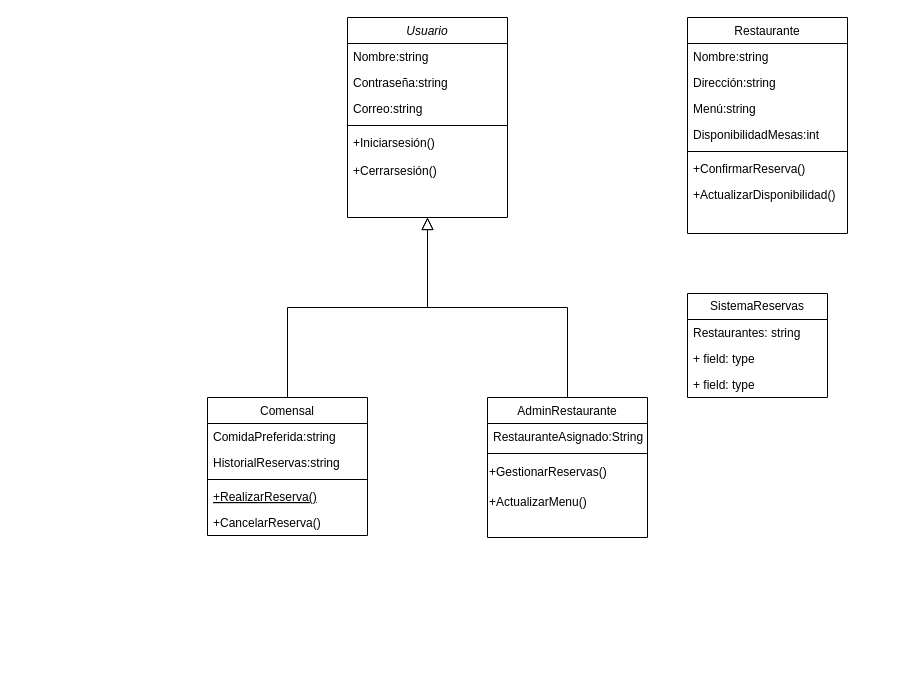
Earlier version of the draw.io diagram Diagrama sin título.drawio (Alexis-2301/Prueba). Source tidied: cells renumbered, new cells numbered last; positions are measured from the earlier drawing's top-left corner, leaving out a move shared by most shapes. Both pictures are drawn from the tidied source at 100%, with x=0, y=0 at pixel (207, 17).
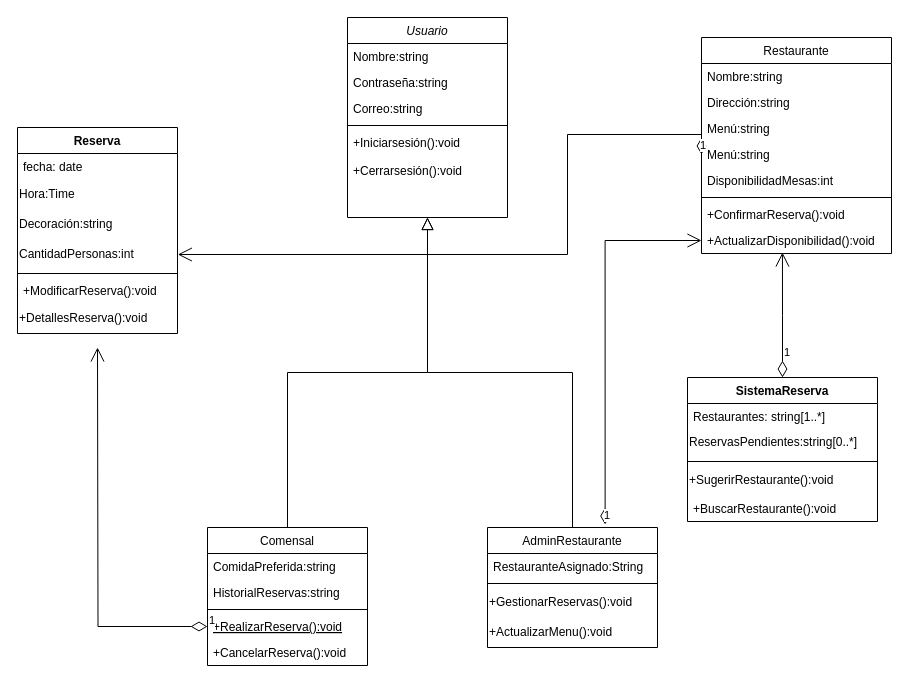
Above is the later version.

The change refers to these unchanged cells:
```xml
<mxCell id="2" value="Usuario" style="swimlane;fontStyle=2;align=center;verticalAlign=top;horizontal=1;startSize=26;rounded=0;shadow=0;strokeWidth=1;" parent="1" vertex="1">
  <mxGeometry x="140" width="160" height="200" as="geometry" />
</mxCell>
```

The edit, as a diff of the source:
```diff
@@
-    <mxCell id="7" value="+Iniciarsesión()&#10;" style="text;align=left;verticalAlign=top;spacingLeft=4;spacingRight=4;overflow=hidden;" parent="2" vertex="1">
+    <mxCell id="7" value="+Iniciarsesión():void" style="text;align=left;verticalAlign=top;spacingLeft=4;spacingRight=4;overflow=hidden;" parent="2" vertex="1">
       <mxGeometry y="112" width="160" height="28" as="geometry" />
     </mxCell>
-    <mxCell id="8" value="+Cerrarsesión()&#10;" style="text;align=left;verticalAlign=top;spacingLeft=4;spacingRight=4;overflow=hidden;" parent="2" vertex="1">
+    <mxCell id="8" value="+Cerrarsesión():void" style="text;align=left;verticalAlign=top;spacingLeft=4;spacingRight=4;overflow=hidden;" parent="2" vertex="1">
       <mxGeometry y="140" width="160" height="28" as="geometry" />
     </mxCell>
     <mxCell id="9" value="Comensal" style="swimlane;fontStyle=0;align=center;verticalAlign=top;horizontal=1;startSize=26;rounded=0;shadow=0;strokeWidth=1;" parent="1" vertex="1">
-      <mxGeometry y="380" width="160" height="138" as="geometry" />
+      <mxGeometry y="510" width="160" height="138" as="geometry" />
     </mxCell>
@@
-    <mxCell id="13" value="+RealizarReserva()" style="text;align=left;verticalAlign=top;spacingLeft=4;spacingRight=4;overflow=hidden;points=[[0,0.5],[1,0.5]];portConstraint=eastwest;fontStyle=4;" parent="9" vertex="1">
+    <mxCell id="13" value="+RealizarReserva():void" style="text;align=left;verticalAlign=top;spacingLeft=4;spacingRight=4;overflow=hidden;points=[[0,0.5],[1,0.5]];portConstraint=eastwest;fontStyle=4;" parent="9" vertex="1">
       <mxGeometry y="86" width="160" height="26" as="geometry" />
     </mxCell>
-    <mxCell id="14" value="+CancelarReserva()" style="text;align=left;verticalAlign=top;spacingLeft=4;spacingRight=4;overflow=hidden;" parent="9" vertex="1">
+    <mxCell id="14" value="+CancelarReserva():void" style="text;align=left;verticalAlign=top;spacingLeft=4;spacingRight=4;overflow=hidden;" parent="9" vertex="1">
       <mxGeometry y="112" width="160" height="26" as="geometry" />
     </mxCell>
@@
     <mxCell id="16" value="AdminRestaurante" style="swimlane;fontStyle=0;align=center;verticalAlign=top;horizontal=1;startSize=26;rounded=0;shadow=0;strokeWidth=1;" parent="1" vertex="1">
-      <mxGeometry x="280" y="380" width="160" height="140" as="geometry" />
+      <mxGeometry x="280" y="510" width="170" height="120" as="geometry" />
     </mxCell>
     <mxCell id="17" value="RestauranteAsignado:String" style="text;align=left;verticalAlign=top;spacingLeft=4;spacingRight=4;overflow=hidden;" parent="16" vertex="1">
-      <mxGeometry y="26" width="160" height="26" as="geometry" />
+      <mxGeometry y="26" width="170" height="26" as="geometry" />
     </mxCell>
     <mxCell id="18" style="line;html=1;strokeWidth=1;align=left;verticalAlign=middle;spacingTop=-1;spacingLeft=3;spacingRight=3;labelPosition=right;" parent="16" vertex="1">
-      <mxGeometry y="52" width="160" height="8" as="geometry" />
+      <mxGeometry y="52" width="170" height="8" as="geometry" />
     </mxCell>
-    <mxCell id="19" value="&lt;div&gt;+GestionarReservas()&lt;/div&gt;" style="text;html=1;align=left;verticalAlign=middle;strokeColor=none;fillColor=none;" parent="16" vertex="1">
-      <mxGeometry y="60" width="160" height="30" as="geometry" />
+    <mxCell id="19" value="&lt;div&gt;+GestionarReservas():void&lt;/div&gt;" style="text;html=1;align=left;verticalAlign=middle;strokeColor=none;fillColor=none;" parent="16" vertex="1">
+      <mxGeometry y="60" width="170" height="30" as="geometry" />
     </mxCell>
-    <mxCell id="20" value="&lt;div&gt;+ActualizarMenu()&lt;/div&gt;" style="text;html=1;align=left;verticalAlign=middle;strokeColor=none;fillColor=none;" parent="16" vertex="1">
-      <mxGeometry y="90" width="160" height="30" as="geometry" />
+    <mxCell id="20" value="&lt;div&gt;+ActualizarMenu():void&lt;/div&gt;" style="text;html=1;align=left;verticalAlign=middle;strokeColor=none;fillColor=none;" parent="16" vertex="1">
+      <mxGeometry y="90" width="170" height="30" as="geometry" />
     </mxCell>
@@
     <mxCell id="22" value="Restaurante" style="swimlane;fontStyle=0;align=center;verticalAlign=top;horizontal=1;startSize=26;rounded=0;shadow=0;strokeWidth=1;" parent="1" vertex="1">
-      <mxGeometry x="480" width="160" height="216" as="geometry" />
+      <mxGeometry x="494" y="20" width="190" height="216" as="geometry" />
     </mxCell>
     <mxCell id="23" value="Nombre:string" style="text;align=left;verticalAlign=top;spacingLeft=4;spacingRight=4;overflow=hidden;" parent="22" vertex="1">
-      <mxGeometry y="26" width="160" height="26" as="geometry" />
+      <mxGeometry y="26" width="190" height="26" as="geometry" />
     </mxCell>
     <mxCell id="24" value="Dirección:string" style="text;align=left;verticalAlign=top;spacingLeft=4;spacingRight=4;overflow=hidden;rounded=0;shadow=0;html=0;" parent="22" vertex="1">
-      <mxGeometry y="52" width="160" height="26" as="geometry" />
+      <mxGeometry y="52" width="190" height="26" as="geometry" />
     </mxCell>
+    <mxCell id="34" value="Menú:string" style="text;align=left;verticalAlign=top;spacingLeft=4;spacingRight=4;overflow=hidden;rounded=0;shadow=0;html=0;" parent="22" vertex="1">
+      <mxGeometry y="78" width="190" height="26" as="geometry" />
+    </mxCell>
     <mxCell id="25" value="Menú:string" style="text;align=left;verticalAlign=top;spacingLeft=4;spacingRight=4;overflow=hidden;points=[[0,0.5],[1,0.5]];portConstraint=eastwest;rounded=0;shadow=0;html=0;" parent="22" vertex="1">
-      <mxGeometry y="78" width="160" height="26" as="geometry" />
+      <mxGeometry y="104" width="190" height="26" as="geometry" />
     </mxCell>
     <mxCell id="26" value="DisponibilidadMesas:int" style="text;align=left;verticalAlign=top;spacingLeft=4;spacingRight=4;overflow=hidden;rounded=0;shadow=0;html=0;" parent="22" vertex="1">
-      <mxGeometry y="104" width="160" height="26" as="geometry" />
+      <mxGeometry y="130" width="190" height="26" as="geometry" />
     </mxCell>
     <mxCell id="27" style="line;html=1;strokeWidth=1;align=left;verticalAlign=middle;spacingTop=-1;spacingLeft=3;spacingRight=3;labelPosition=right;" parent="22" vertex="1">
-      <mxGeometry y="130" width="160" height="8" as="geometry" />
+      <mxGeometry y="156" width="190" height="8" as="geometry" />
     </mxCell>
-    <mxCell id="28" value="+ConfirmarReserva()" style="text;align=left;verticalAlign=top;spacingLeft=4;spacingRight=4;overflow=hidden;" parent="22" vertex="1">
-      <mxGeometry y="138" width="160" height="26" as="geometry" />
+    <mxCell id="28" value="+ConfirmarReserva():void" style="text;align=left;verticalAlign=top;spacingLeft=4;spacingRight=4;overflow=hidden;" parent="22" vertex="1">
+      <mxGeometry y="164" width="190" height="26" as="geometry" />
     </mxCell>
-    <mxCell id="29" value="+ActualizarDisponibilidad()" style="text;align=left;verticalAlign=top;spacingLeft=4;spacingRight=4;overflow=hidden;points=[[0,0.5],[1,0.5]];portConstraint=eastwest;" parent="22" vertex="1">
-      <mxGeometry y="164" width="160" height="26" as="geometry" />
+    <mxCell id="29" value="+ActualizarDisponibilidad():void" style="text;align=left;verticalAlign=top;spacingLeft=4;spacingRight=4;overflow=hidden;points=[[0,0.5],[1,0.5]];portConstraint=eastwest;" parent="22" vertex="1">
+      <mxGeometry y="190" width="190" height="26" as="geometry" />
     </mxCell>
-    <mxCell id="30" value="SistemaReservas" style="swimlane;fontStyle=0;horizontal=1;startSize=26;fillColor=none;whiteSpace=wrap;html=1;" parent="1" vertex="1">
-      <mxGeometry x="480" y="276" width="140" height="104" as="geometry" />
-    </mxCell>
-    <mxCell id="31" value="Restaurantes: string" style="text;strokeColor=none;fillColor=none;align=left;verticalAlign=top;spacingLeft=4;spacingRight=4;overflow=hidden;whiteSpace=wrap;html=1;" parent="30" vertex="1">
-      <mxGeometry y="26" width="140" height="26" as="geometry" />
-    </mxCell>
-    <mxCell id="32" value="+ field: type" style="text;strokeColor=none;fillColor=none;align=left;verticalAlign=top;spacingLeft=4;spacingRight=4;overflow=hidden;whiteSpace=wrap;html=1;" parent="30" vertex="1">
-      <mxGeometry y="52" width="140" height="26" as="geometry" />
-    </mxCell>
-    <mxCell id="33" value="+ field: type" style="text;strokeColor=none;fillColor=none;align=left;verticalAlign=top;spacingLeft=4;spacingRight=4;overflow=hidden;whiteSpace=wrap;html=1;" parent="30" vertex="1">
-      <mxGeometry y="78" width="140" height="26" as="geometry" />
-    </mxCell>
+    <mxCell id="35" value="SistemaReserva" style="swimlane;fontStyle=1;align=center;verticalAlign=top;horizontal=1;startSize=26;whiteSpace=wrap;html=1;" parent="1" vertex="1">
+      <mxGeometry x="480" y="360" width="190" height="144" as="geometry" />
+    </mxCell>
+    <mxCell id="36" value="Restaurantes: string[1..*]" style="text;strokeColor=none;fillColor=none;align=left;verticalAlign=top;spacingLeft=4;spacingRight=4;overflow=hidden;whiteSpace=wrap;html=1;" parent="35" vertex="1">
+      <mxGeometry y="26" width="190" height="24" as="geometry" />
+    </mxCell>
+    <mxCell id="37" value="ReservasPendientes:string[0..*]" style="text;html=1;align=left;verticalAlign=middle;strokeColor=none;fillColor=none;" parent="35" vertex="1">
+      <mxGeometry y="50" width="190" height="30" as="geometry" />
+    </mxCell>
+    <mxCell id="38" style="line;strokeWidth=1;fillColor=none;align=left;verticalAlign=middle;spacingTop=-1;spacingLeft=3;spacingRight=3;labelPosition=right;strokeColor=inherit;" parent="35" vertex="1">
+      <mxGeometry y="80" width="190" height="8" as="geometry" />
+    </mxCell>
+    <mxCell id="39" value="+SugerirRestaurante():void" style="text;html=1;align=left;verticalAlign=middle;strokeColor=none;fillColor=none;" parent="35" vertex="1">
+      <mxGeometry y="88" width="190" height="30" as="geometry" />
+    </mxCell>
+    <mxCell id="40" value="+BuscarRestaurante():void" style="text;strokeColor=none;fillColor=none;align=left;verticalAlign=top;spacingLeft=4;spacingRight=4;overflow=hidden;whiteSpace=wrap;html=1;" parent="35" vertex="1">
+      <mxGeometry y="118" width="190" height="26" as="geometry" />
+    </mxCell>
+    <mxCell id="41" value="1" style="endArrow=open;html=1;endSize=12;startArrow=diamondThin;startSize=14;startFill=0;edgeStyle=orthogonalEdgeStyle;align=left;verticalAlign=bottom;rounded=0;exitX=0;exitY=0.5;exitDx=0;exitDy=0;" parent="1" edge="1" source="13">
+      <mxGeometry x="-1" y="3" relative="1" as="geometry">
+        <mxPoint x="-110" y="330" as="targetPoint" />
+      </mxGeometry>
+    </mxCell>
+    <mxCell id="42" value="Reserva" style="swimlane;fontStyle=1;align=center;verticalAlign=top;horizontal=1;startSize=26;whiteSpace=wrap;html=1;" parent="1" vertex="1">
+      <mxGeometry x="-190" y="110" width="160" height="206" as="geometry" />
+    </mxCell>
+    <mxCell id="43" value="fecha: date" style="text;strokeColor=none;fillColor=none;align=left;verticalAlign=top;spacingLeft=4;spacingRight=4;overflow=hidden;whiteSpace=wrap;html=1;" parent="42" vertex="1">
+      <mxGeometry y="26" width="160" height="26" as="geometry" />
+    </mxCell>
+    <mxCell id="44" value="Hora:Time" style="text;html=1;align=left;verticalAlign=middle;strokeColor=none;fillColor=none;" parent="42" vertex="1">
+      <mxGeometry y="52" width="160" height="30" as="geometry" />
+    </mxCell>
+    <mxCell id="45" value="Decoración:string" style="text;html=1;align=left;verticalAlign=middle;strokeColor=none;fillColor=none;" parent="42" vertex="1">
+      <mxGeometry y="82" width="160" height="30" as="geometry" />
+    </mxCell>
+    <mxCell id="46" value="CantidadPersonas:int" style="text;html=1;align=left;verticalAlign=middle;points=[];strokeColor=none;fillColor=none;" parent="42" vertex="1">
+      <mxGeometry y="112" width="160" height="30" as="geometry" />
+    </mxCell>
+    <mxCell id="47" style="line;strokeWidth=1;fillColor=none;align=left;verticalAlign=middle;spacingTop=-1;spacingLeft=3;spacingRight=3;labelPosition=right;strokeColor=inherit;" parent="42" vertex="1">
+      <mxGeometry y="142" width="160" height="8" as="geometry" />
+    </mxCell>
+    <mxCell id="48" value="+ModificarReserva():void&lt;div&gt;&lt;br&gt;&lt;/div&gt;" style="text;strokeColor=none;fillColor=none;align=left;verticalAlign=top;spacingLeft=4;spacingRight=4;overflow=hidden;whiteSpace=wrap;html=1;" parent="42" vertex="1">
+      <mxGeometry y="150" width="160" height="26" as="geometry" />
+    </mxCell>
+    <mxCell id="49" value="+DetallesReserva():void" style="text;html=1;align=left;verticalAlign=middle;strokeColor=none;fillColor=none;" parent="42" vertex="1">
+      <mxGeometry y="176" width="160" height="30" as="geometry" />
+    </mxCell>
+    <mxCell id="50" value="1" style="endArrow=open;html=1;endSize=12;startArrow=diamondThin;startSize=14;startFill=0;edgeStyle=orthogonalEdgeStyle;align=left;verticalAlign=bottom;rounded=0;entryX=1.002;entryY=0.5;entryDx=0;entryDy=0;entryPerimeter=0;exitX=0;exitY=0.5;exitDx=0;exitDy=0;" parent="1" edge="1" source="25" target="46">
+      <mxGeometry x="-1" y="3" relative="1" as="geometry">
+        <Array as="points">
+          <mxPoint x="360" y="117" />
+          <mxPoint x="360" y="237" />
+        </Array>
+      </mxGeometry>
+    </mxCell>
+    <mxCell id="51" value="1" style="endArrow=open;html=1;endSize=12;startArrow=diamondThin;startSize=14;startFill=0;edgeStyle=orthogonalEdgeStyle;align=left;verticalAlign=bottom;rounded=0;exitX=0.5;exitY=0;exitDx=0;exitDy=0;entryX=0.426;entryY=0.962;entryDx=0;entryDy=0;entryPerimeter=0;" parent="1" edge="1" source="35" target="29">
+      <mxGeometry x="-0.75" relative="1" as="geometry" />
+    </mxCell>
+    <mxCell id="52" value="1" style="endArrow=open;html=1;endSize=12;startArrow=diamondThin;startSize=14;startFill=0;edgeStyle=orthogonalEdgeStyle;align=left;verticalAlign=bottom;rounded=0;entryX=0;entryY=0.5;entryDx=0;entryDy=0;exitX=0.692;exitY=-0.025;exitDx=0;exitDy=0;exitPerimeter=0;" parent="1" edge="1" source="16" target="29">
+      <mxGeometry x="-1" y="3" relative="1" as="geometry" />
+    </mxCell>
```
